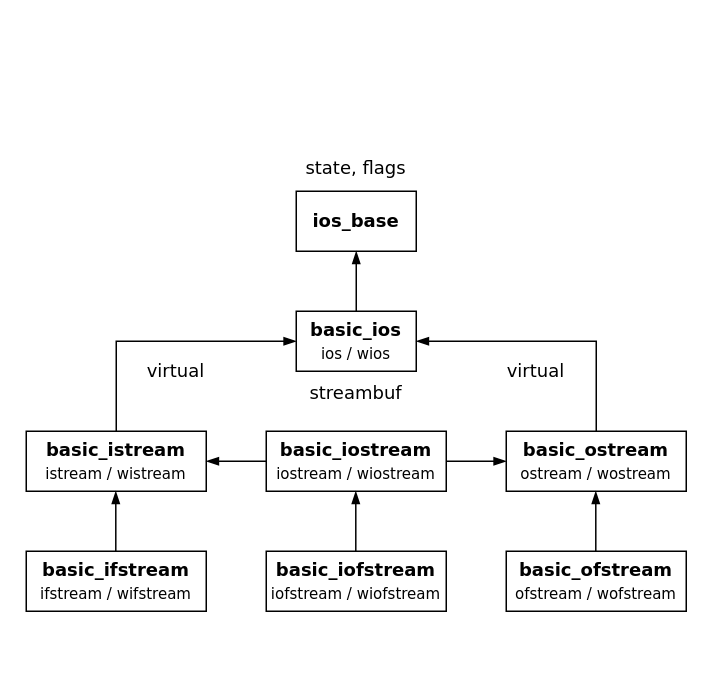
The draw.io diagram projects/examples/source/13.01.stream.class.inheritance.drawio in i-s-m-mipt/Education, before the edit. Source tidied: cells renumbered, new cells numbered last; positions are measured from the earlier drawing's top-left corner, leaving out a move shared by most shapes. Both pictures are drawn from the tidied source at 150%, with x=0, y=0 at pixel (26, 146).
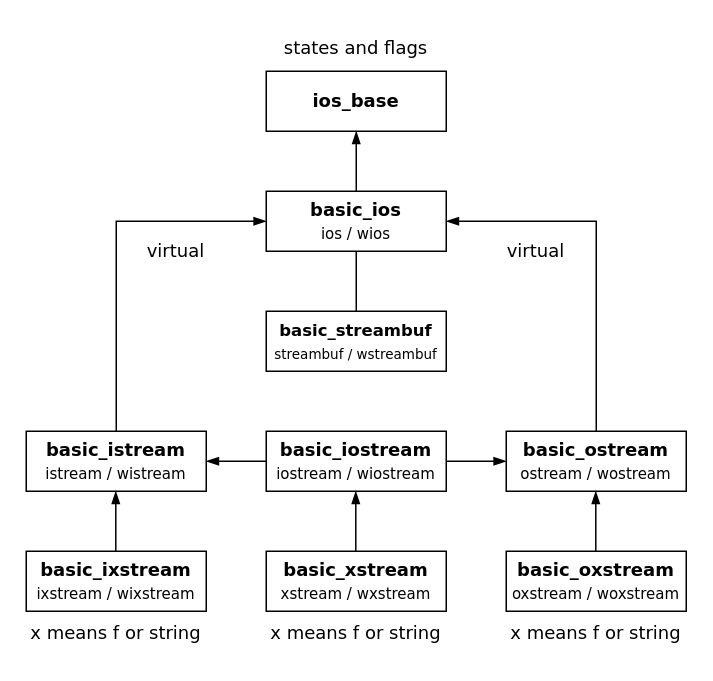
The same page after the edit.

What changed in the source:
```diff
@@
     <mxCell id="2" value="&lt;b&gt;&lt;font face=&quot;Verdana&quot;&gt;ios_base&lt;/font&gt;&lt;/b&gt;" style="rounded=0;whiteSpace=wrap;html=1;" parent="1" vertex="1">
-      <mxGeometry x="180" y="30" width="80" height="40" as="geometry" />
+      <mxGeometry x="160" y="-50" width="120" height="40" as="geometry" />
     </mxCell>
     <mxCell id="3" value="&lt;b&gt;&lt;font face=&quot;Verdana&quot;&gt;basic_ios&lt;/font&gt;&lt;/b&gt;&lt;div&gt;&lt;span style=&quot;font-size: 10px;&quot;&gt;&lt;font style=&quot;&quot; face=&quot;Verdana&quot;&gt;ios / wios&lt;/font&gt;&lt;/span&gt;&lt;/div&gt;" style="rounded=0;whiteSpace=wrap;html=1;" parent="1" vertex="1">
-      <mxGeometry x="180" y="110" width="80" height="40" as="geometry" />
+      <mxGeometry x="160" y="30" width="120" height="40" as="geometry" />
     </mxCell>
-    <mxCell id="4" value="&lt;b&gt;&lt;font face=&quot;Verdana&quot;&gt;basic_istream&lt;/font&gt;&lt;/b&gt;&lt;div&gt;&lt;span style=&quot;font-size: 10px;&quot;&gt;&lt;font style=&quot;&quot; face=&quot;Verdana&quot;&gt;istream / wistream&lt;/font&gt;&lt;/span&gt;&lt;/div&gt;" style="rounded=0;whiteSpace=wrap;html=1;" parent="1" vertex="1">
+    <mxCell id="4" value="&lt;b&gt;&lt;font face=&quot;Verdana&quot;&gt;basic_istream&lt;/font&gt;&lt;/b&gt;&lt;div&gt;&lt;span style=&quot;font-family: Verdana; font-size: 10px; background-color: initial;&quot;&gt;istream / wistream&lt;/span&gt;&lt;/div&gt;" style="rounded=0;whiteSpace=wrap;html=1;" parent="1" vertex="1">
       <mxGeometry y="190" width="120" height="40" as="geometry" />
     </mxCell>
-    <mxCell id="5" value="&lt;b&gt;&lt;font face=&quot;Verdana&quot;&gt;basic_ostream&lt;/font&gt;&lt;/b&gt;&lt;div&gt;&lt;span style=&quot;font-size: 10px;&quot;&gt;&lt;font style=&quot;&quot; face=&quot;Verdana&quot;&gt;ostream / wo&lt;/font&gt;&lt;/span&gt;&lt;span style=&quot;font-family: Verdana; font-size: 10px; background-color: initial;&quot;&gt;stream&lt;/span&gt;&lt;/div&gt;" style="rounded=0;whiteSpace=wrap;html=1;" parent="1" vertex="1">
+    <mxCell id="5" value="&lt;b&gt;&lt;font face=&quot;Verdana&quot;&gt;basic_ostream&lt;/font&gt;&lt;/b&gt;&lt;div&gt;&lt;span style=&quot;background-color: initial; font-size: 10px;&quot;&gt;&lt;font face=&quot;Verdana&quot;&gt;ostream / wo&lt;/font&gt;&lt;/span&gt;&lt;span style=&quot;background-color: initial; font-family: Verdana; font-size: 10px;&quot;&gt;stream&lt;/span&gt;&lt;/div&gt;" style="rounded=0;whiteSpace=wrap;html=1;" parent="1" vertex="1">
       <mxGeometry x="320" y="190" width="120" height="40" as="geometry" />
     </mxCell>
-    <mxCell id="6" value="&lt;b&gt;&lt;font face=&quot;Verdana&quot;&gt;basic_iostream&lt;/font&gt;&lt;/b&gt;&lt;div&gt;&lt;span style=&quot;font-size: 10px;&quot;&gt;&lt;font style=&quot;&quot; face=&quot;Verdana&quot;&gt;iostream / wio&lt;/font&gt;&lt;/span&gt;&lt;span style=&quot;font-family: Verdana; font-size: 10px; background-color: initial;&quot;&gt;stream&lt;/span&gt;&lt;/div&gt;" style="rounded=0;whiteSpace=wrap;html=1;" parent="1" vertex="1">
+    <mxCell id="6" value="&lt;b&gt;&lt;font face=&quot;Verdana&quot;&gt;basic_iostream&lt;/font&gt;&lt;/b&gt;&lt;div&gt;&lt;span style=&quot;background-color: initial; font-size: 10px;&quot;&gt;&lt;font face=&quot;Verdana&quot;&gt;iostream / wio&lt;/font&gt;&lt;/span&gt;&lt;span style=&quot;background-color: initial; font-family: Verdana; font-size: 10px;&quot;&gt;stream&lt;/span&gt;&lt;/div&gt;" style="rounded=0;whiteSpace=wrap;html=1;" parent="1" vertex="1">
       <mxGeometry x="160" y="190" width="120" height="40" as="geometry" />
     </mxCell>
     <mxCell id="7" style="endArrow=blockThin;html=1;rounded=0;exitX=0.5;exitY=0;exitDx=0;exitDy=0;entryX=0;entryY=0.5;entryDx=0;entryDy=0;endFill=1;" parent="1" edge="1" source="4" target="3">
       <mxGeometry relative="1" as="geometry">
         <Array as="points">
-          <mxPoint x="60" y="130" />
+          <mxPoint x="60" y="50" />
         </Array>
       </mxGeometry>
     </mxCell>
     <mxCell id="8" style="endArrow=blockThin;html=1;rounded=0;entryX=1;entryY=0.5;entryDx=0;entryDy=0;endFill=1;exitX=0.5;exitY=0;exitDx=0;exitDy=0;" parent="1" edge="1" source="5" target="3">
       <mxGeometry relative="1" as="geometry">
         <Array as="points">
-          <mxPoint x="380" y="130" />
+          <mxPoint x="380" y="50" />
         </Array>
       </mxGeometry>
     </mxCell>
@@
     <mxCell id="10" value="&lt;font face=&quot;Verdana&quot;&gt;virtual&lt;/font&gt;" style="text;html=1;align=center;verticalAlign=middle;whiteSpace=wrap;rounded=0;" parent="1" vertex="1">
-      <mxGeometry x="70" y="140" width="60" height="20" as="geometry" />
+      <mxGeometry x="70" y="60" width="60" height="20" as="geometry" />
     </mxCell>
     <mxCell id="11" value="&lt;font face=&quot;Verdana&quot;&gt;virtual&lt;/font&gt;" style="text;html=1;align=center;verticalAlign=middle;whiteSpace=wrap;rounded=0;" parent="1" vertex="1">
-      <mxGeometry x="310" y="140" width="60" height="20" as="geometry" />
+      <mxGeometry x="310" y="60" width="60" height="20" as="geometry" />
     </mxCell>
-    <mxCell id="12" value="&lt;b&gt;&lt;font face=&quot;Verdana&quot;&gt;basic_ofstream&lt;/font&gt;&lt;/b&gt;&lt;div&gt;&lt;span style=&quot;font-size: 10px;&quot;&gt;&lt;font style=&quot;&quot; face=&quot;Verdana&quot;&gt;ofstream / wof&lt;/font&gt;&lt;/span&gt;&lt;span style=&quot;font-family: Verdana; font-size: 10px; background-color: initial;&quot;&gt;stream&lt;/span&gt;&lt;/div&gt;" style="rounded=0;whiteSpace=wrap;html=1;" parent="1" vertex="1">
+    <mxCell id="12" value="&lt;b&gt;&lt;font face=&quot;Verdana&quot;&gt;basic_oxstream&lt;/font&gt;&lt;/b&gt;&lt;div&gt;&lt;span style=&quot;background-color: initial; font-size: 10px;&quot;&gt;&lt;font face=&quot;Verdana&quot;&gt;oxstream / wox&lt;/font&gt;&lt;/span&gt;&lt;span style=&quot;background-color: initial; font-family: Verdana; font-size: 10px;&quot;&gt;stream&lt;/span&gt;&lt;/div&gt;" style="rounded=0;whiteSpace=wrap;html=1;" parent="1" vertex="1">
       <mxGeometry x="320" y="270" width="120" height="40" as="geometry" />
     </mxCell>
-    <mxCell id="13" value="&lt;b&gt;&lt;font face=&quot;Verdana&quot;&gt;basic_ifstream&lt;/font&gt;&lt;/b&gt;&lt;div&gt;&lt;span style=&quot;font-size: 10px;&quot;&gt;&lt;font style=&quot;&quot; face=&quot;Verdana&quot;&gt;ifstream / wifstream&lt;/font&gt;&lt;/span&gt;&lt;/div&gt;" style="rounded=0;whiteSpace=wrap;html=1;" parent="1" vertex="1">
+    <mxCell id="13" value="&lt;b&gt;&lt;font face=&quot;Verdana&quot;&gt;basic_ixstream&lt;/font&gt;&lt;/b&gt;&lt;div&gt;&lt;span style=&quot;font-family: Verdana; font-size: 10px; background-color: initial;&quot;&gt;ixstream / wixstream&lt;/span&gt;&lt;/div&gt;" style="rounded=0;whiteSpace=wrap;html=1;" parent="1" vertex="1">
       <mxGeometry y="270" width="120" height="40" as="geometry" />
     </mxCell>
-    <mxCell id="14" value="&lt;b&gt;&lt;font face=&quot;Verdana&quot;&gt;basic_iofstream&lt;/font&gt;&lt;/b&gt;&lt;div&gt;&lt;span style=&quot;font-size: 10px;&quot;&gt;&lt;font style=&quot;&quot; face=&quot;Verdana&quot;&gt;iofstream / wiof&lt;/font&gt;&lt;/span&gt;&lt;span style=&quot;font-family: Verdana; font-size: 10px; background-color: initial;&quot;&gt;stream&lt;/span&gt;&lt;/div&gt;" style="rounded=0;whiteSpace=wrap;html=1;" parent="1" vertex="1">
+    <mxCell id="14" value="&lt;b&gt;&lt;font face=&quot;Verdana&quot;&gt;basic_xstream&lt;/font&gt;&lt;/b&gt;&lt;div&gt;&lt;span style=&quot;background-color: initial; font-size: 10px;&quot;&gt;&lt;font face=&quot;Verdana&quot;&gt;xstream / wx&lt;/font&gt;&lt;/span&gt;&lt;span style=&quot;background-color: initial; font-family: Verdana; font-size: 10px;&quot;&gt;stream&lt;/span&gt;&lt;/div&gt;" style="rounded=0;whiteSpace=wrap;html=1;" parent="1" vertex="1">
       <mxGeometry x="160" y="270" width="120" height="40" as="geometry" />
     </mxCell>
@@
-    <mxCell id="18" value="&lt;font face=&quot;Verdana&quot;&gt;streambuf&lt;/font&gt;" style="text;html=1;align=center;verticalAlign=middle;whiteSpace=wrap;rounded=0;" parent="1" vertex="1">
-      <mxGeometry x="180" y="150" width="80" height="30" as="geometry" />
-    </mxCell>
-    <mxCell id="19" value="&lt;font face=&quot;Verdana&quot;&gt;state, flags&lt;/font&gt;" style="text;html=1;align=center;verticalAlign=middle;whiteSpace=wrap;rounded=0;" parent="1" vertex="1">
-      <mxGeometry x="180" width="80" height="30" as="geometry" />
+    <mxCell id="19" value="&lt;font face=&quot;Verdana&quot;&gt;states and flags&lt;/font&gt;" style="text;html=1;align=center;verticalAlign=middle;whiteSpace=wrap;rounded=0;" parent="1" vertex="1">
+      <mxGeometry x="160" y="-80" width="120" height="30" as="geometry" />
     </mxCell>
@@
+    <mxCell id="22" style="endArrow=none;html=1;rounded=0;entryX=0.5;entryY=1;entryDx=0;entryDy=0;exitX=0.5;exitY=0;exitDx=0;exitDy=0;" parent="1" edge="1" target="3">
+      <mxGeometry relative="1" as="geometry">
+        <mxPoint x="220" y="110" as="sourcePoint" />
+      </mxGeometry>
+    </mxCell>
+    <mxCell id="23" value="&lt;font face=&quot;Verdana&quot;&gt;x means f or string&lt;/font&gt;" style="text;html=1;align=center;verticalAlign=middle;whiteSpace=wrap;rounded=0;" parent="1" vertex="1">
+      <mxGeometry y="310" width="120" height="30" as="geometry" />
+    </mxCell>
+    <mxCell id="24" value="&lt;font face=&quot;Verdana&quot;&gt;x means f or string&lt;/font&gt;" style="text;html=1;align=center;verticalAlign=middle;whiteSpace=wrap;rounded=0;" parent="1" vertex="1">
+      <mxGeometry x="160" y="310" width="120" height="30" as="geometry" />
+    </mxCell>
+    <mxCell id="25" value="&lt;font face=&quot;Verdana&quot;&gt;x means f or string&lt;/font&gt;" style="text;html=1;align=center;verticalAlign=middle;whiteSpace=wrap;rounded=0;" parent="1" vertex="1">
+      <mxGeometry x="320" y="310" width="120" height="30" as="geometry" />
+    </mxCell>
+    <mxCell id="26" value="&lt;b&gt;&lt;font style=&quot;font-size: 11px;&quot; face=&quot;Verdana&quot;&gt;basic_streambuf&lt;/font&gt;&lt;/b&gt;&lt;div&gt;&lt;font style=&quot;font-size: 9px;&quot; face=&quot;Verdana&quot;&gt;streambuf / wstreambuf&lt;/font&gt;&lt;/div&gt;" style="rounded=0;whiteSpace=wrap;html=1;" parent="1" vertex="1">
+      <mxGeometry x="160" y="110" width="120" height="40" as="geometry" />
+    </mxCell>
```
